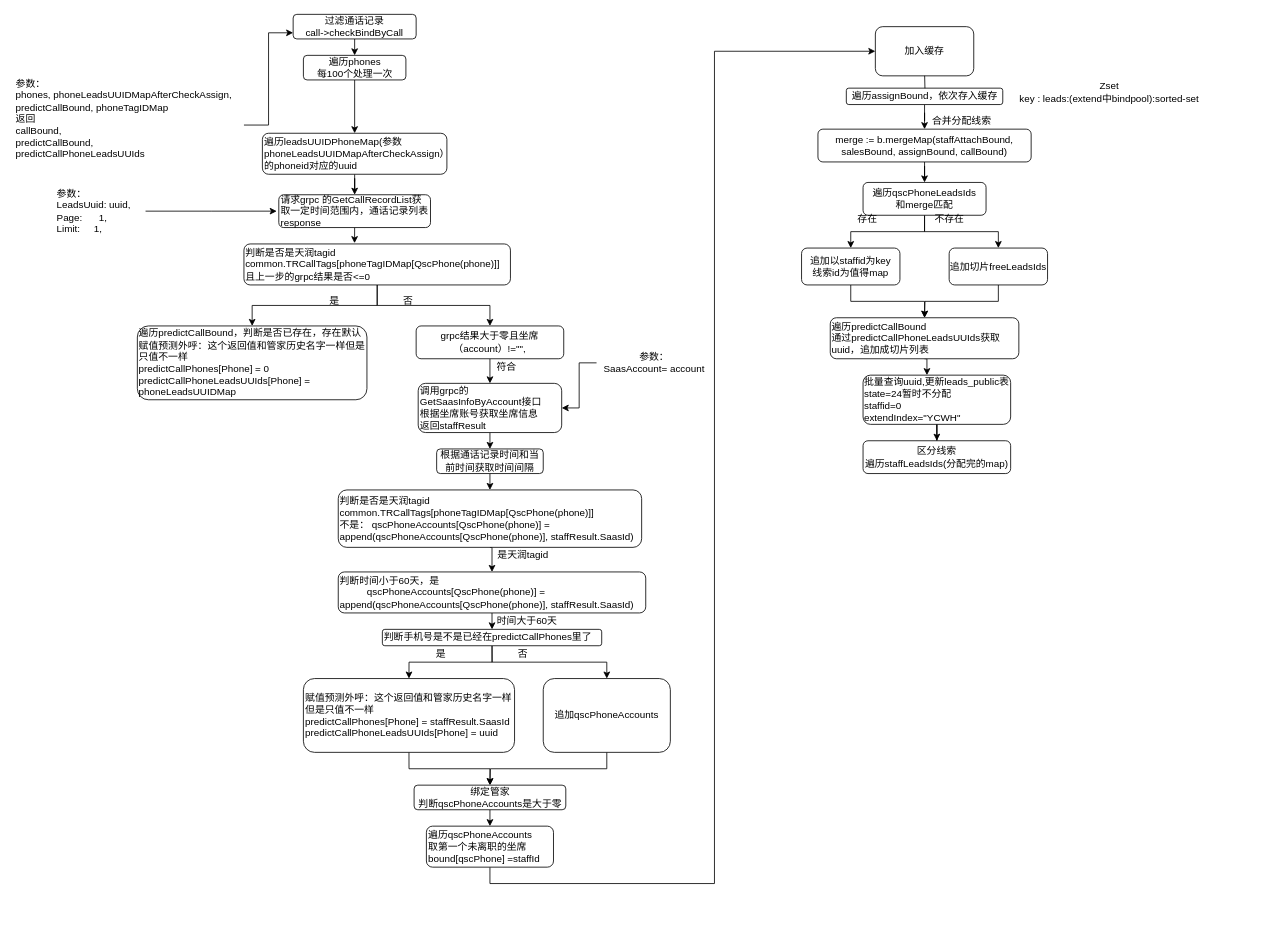
Earlier version of the draw.io diagram 分配大公海小公海到私海1.drawio (jilinhao/test). Source tidied: cells renumbered, new cells numbered last; positions are measured from the earlier drawing's top-left corner, leaving out a move shared by most shapes. Both pictures are drawn from the tidied source at 82%, with x=0, y=0 at pixel (14, 14).
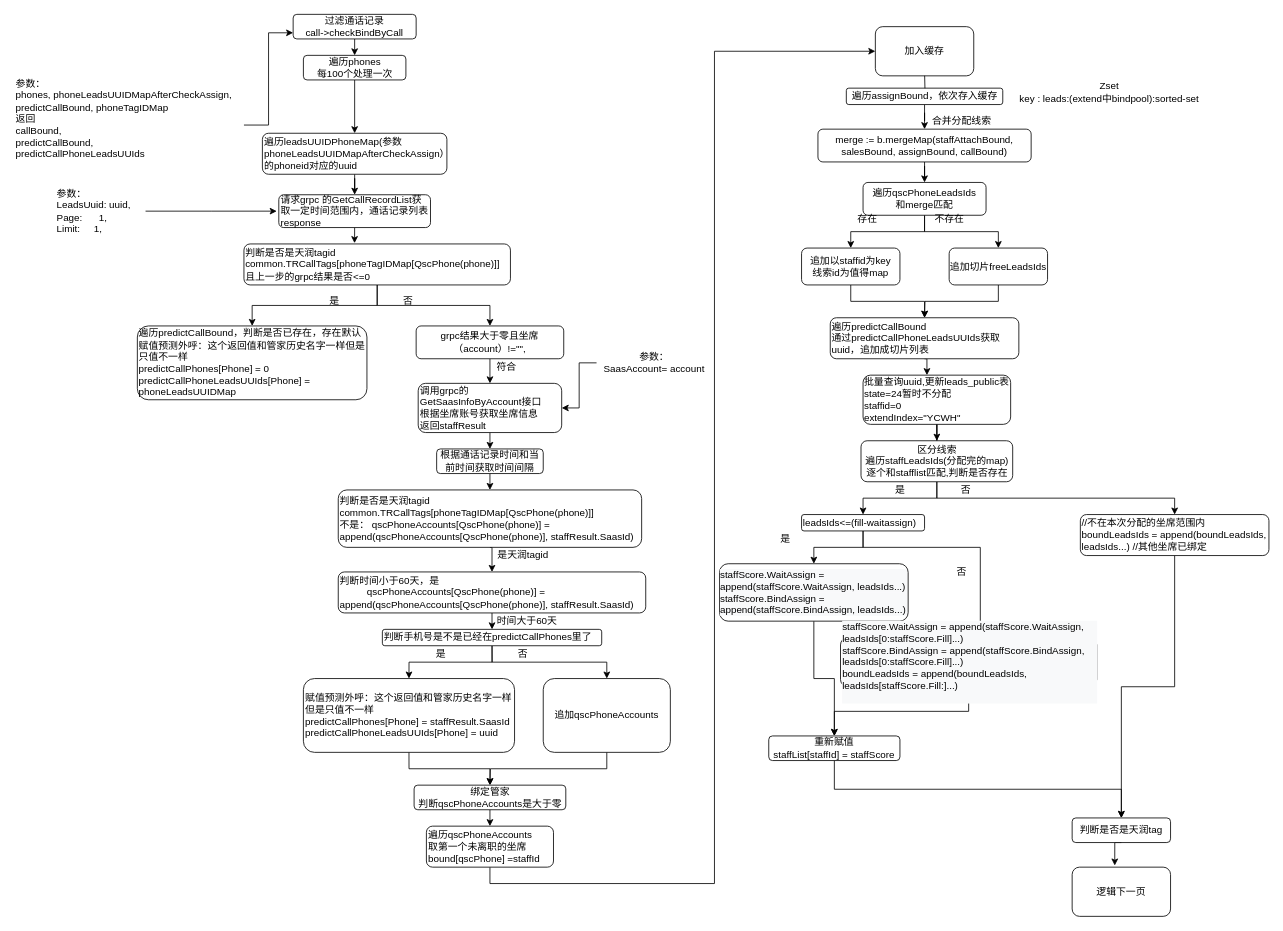
The same diagram, later.

Commit message (it also covers changes not shown here):
Update 分配大公海小公海到私海1.drawio

The edit, as a diff of the source:
```diff
@@
+    <mxCell id="70" style="edgeStyle=orthogonalEdgeStyle;rounded=0;jettySize=auto;html=1;exitX=0.5;exitY=1;exitDx=0;exitDy=0;" parent="1" edge="1" source="69" target="74">
+      <mxGeometry relative="1" as="geometry" />
+    </mxCell>
+    <mxCell id="71" style="edgeStyle=orthogonalEdgeStyle;rounded=0;jettySize=auto;html=1;exitX=0.5;exitY=1;exitDx=0;exitDy=0;" parent="1" edge="1" source="69" target="76">
+      <mxGeometry relative="1" as="geometry" />
+    </mxCell>
-    <mxCell id="69" value="区分线索&lt;br&gt;遍历staffLeadsIds(分配完的map)" style="rounded=1;whiteSpace=wrap;html=1;" parent="1" vertex="1">
-      <mxGeometry x="1035" y="520" width="180" height="40" as="geometry" />
+    <mxCell id="69" value="区分线索&lt;br&gt;遍历staffLeadsIds(分配完的map)&lt;br&gt;逐个和stafflist匹配,判断是否存在" style="rounded=1;whiteSpace=wrap;html=1;" parent="1" vertex="1">
+      <mxGeometry x="1032.5" y="520" width="185" height="50" as="geometry" />
     </mxCell>
+    <mxCell id="72" style="edgeStyle=orthogonalEdgeStyle;rounded=0;jettySize=auto;html=1;exitX=0.5;exitY=1;exitDx=0;exitDy=0;" parent="1" edge="1" source="74" target="80">
+      <mxGeometry relative="1" as="geometry" />
+    </mxCell>
+    <mxCell id="73" style="edgeStyle=orthogonalEdgeStyle;rounded=0;jettySize=auto;html=1;exitX=0.5;exitY=1;exitDx=0;exitDy=0;" parent="1" edge="1" source="74" target="83">
+      <mxGeometry relative="1" as="geometry">
+        <Array as="points">
+          <mxPoint x="1035" y="650" />
+          <mxPoint x="1178" y="650" />
+        </Array>
+      </mxGeometry>
+    </mxCell>
+    <mxCell id="74" value="leadsIds&amp;lt;=(fill-waitassign)" style="rounded=1;whiteSpace=wrap;html=1;align=left;" parent="1" vertex="1">
+      <mxGeometry x="960" y="610" width="150" height="20" as="geometry" />
+    </mxCell>
+    <mxCell id="75" style="edgeStyle=orthogonalEdgeStyle;rounded=0;jettySize=auto;html=1;exitX=0.5;exitY=1;exitDx=0;exitDy=0;" parent="1" edge="1" source="76" target="88">
+      <mxGeometry relative="1" as="geometry" />
+    </mxCell>
+    <mxCell id="76" value="&lt;div&gt;//不在本次分配的坐席范围内&lt;/div&gt;&lt;div&gt;&lt;span&gt;   &lt;/span&gt;boundLeadsIds = append(boundLeadsIds, leadsIds...) //其他坐席已绑定&lt;/div&gt;" style="rounded=1;whiteSpace=wrap;html=1;align=left;" parent="1" vertex="1">
+      <mxGeometry x="1300" y="610" width="230" height="50" as="geometry" />
+    </mxCell>
+    <mxCell id="77" value="是" style="text;html=1;align=center;verticalAlign=middle;" parent="1" vertex="1">
+      <mxGeometry x="1065" y="570" width="30" height="20" as="geometry" />
+    </mxCell>
+    <mxCell id="78" value="否" style="text;html=1;align=center;verticalAlign=middle;" parent="1" vertex="1">
+      <mxGeometry x="1145" y="570" width="30" height="20" as="geometry" />
+    </mxCell>
+    <mxCell id="79" style="edgeStyle=orthogonalEdgeStyle;rounded=0;jettySize=auto;html=1;exitX=0.5;exitY=1;exitDx=0;exitDy=0;entryX=0.5;entryY=0;entryDx=0;entryDy=0;" parent="1" edge="1" source="80" target="86">
+      <mxGeometry relative="1" as="geometry" />
+    </mxCell>
+    <mxCell id="80" value="&lt;div style=&quot;color: rgb(0, 0, 0); font-family: helvetica; font-size: 12px; font-style: normal; font-weight: 400; letter-spacing: normal; text-align: left; text-indent: 0px; text-transform: none; word-spacing: 0px; background-color: rgb(248, 249, 250);&quot;&gt;staffScore.WaitAssign = append(staffScore.WaitAssign, leadsIds...)&lt;/div&gt;&lt;div style=&quot;color: rgb(0, 0, 0); font-family: helvetica; font-size: 12px; font-style: normal; font-weight: 400; letter-spacing: normal; text-align: left; text-indent: 0px; text-transform: none; word-spacing: 0px; background-color: rgb(248, 249, 250);&quot;&gt;&lt;span&gt;&lt;/span&gt;staffScore.BindAssign = append(staffScore.BindAssign, leadsIds...)&lt;/div&gt;" style="rounded=1;whiteSpace=wrap;html=1;" parent="1" vertex="1">
+      <mxGeometry x="860" y="670" width="230" height="70" as="geometry" />
+    </mxCell>
+    <mxCell id="81" value="是" style="text;html=1;align=center;verticalAlign=middle;" parent="1" vertex="1">
+      <mxGeometry x="925" y="630" width="30" height="20" as="geometry" />
+    </mxCell>
+    <mxCell id="82" style="edgeStyle=orthogonalEdgeStyle;rounded=0;jettySize=auto;html=1;entryX=0.5;entryY=0;entryDx=0;entryDy=0;" parent="1" edge="1" source="83" target="86">
+      <mxGeometry relative="1" as="geometry" />
+    </mxCell>
+    <mxCell id="83" value="&lt;div style=&quot;text-indent: 0px ; background-color: rgb(248 , 249 , 250)&quot;&gt;&lt;div&gt;&lt;span style=&quot;font-family: &amp;#34;helvetica&amp;#34;&quot;&gt;staffScore.WaitAssign = append(staffScore.WaitAssign, leadsIds[0:staffScore.Fill]...)&lt;/span&gt;&lt;br&gt;&lt;/div&gt;&lt;div&gt;&lt;font face=&quot;helvetica&quot;&gt;&lt;span&gt;    &lt;/span&gt;staffScore.BindAssign = append(staffScore.BindAssign, leadsIds[0:staffScore.Fill]...)&lt;/font&gt;&lt;/div&gt;&lt;div&gt;&lt;font face=&quot;helvetica&quot;&gt;&lt;div&gt;boundLeadsIds = append(boundLeadsIds, leadsIds[staffScore.Fill:]...)&lt;/div&gt;&lt;div&gt;&lt;br&gt;&lt;/div&gt;&lt;/font&gt;&lt;/div&gt;&lt;/div&gt;" style="rounded=1;whiteSpace=wrap;html=1;align=left;" parent="1" vertex="1">
+      <mxGeometry x="1007.5" y="760" width="312.5" height="60" as="geometry" />
+    </mxCell>
+    <mxCell id="84" value="否" style="text;html=1;align=center;verticalAlign=middle;" parent="1" vertex="1">
+      <mxGeometry x="1140" y="670" width="30" height="20" as="geometry" />
+    </mxCell>
+    <mxCell id="85" style="edgeStyle=orthogonalEdgeStyle;rounded=0;jettySize=auto;html=1;exitX=0.5;exitY=1;exitDx=0;exitDy=0;" parent="1" edge="1" source="86" target="88">
+      <mxGeometry relative="1" as="geometry" />
+    </mxCell>
+    <mxCell id="86" value="&lt;div&gt;重新赋值&lt;/div&gt;&lt;div&gt;staffList[staffId] = staffScore&lt;/div&gt;" style="rounded=1;whiteSpace=wrap;html=1;" parent="1" vertex="1">
+      <mxGeometry x="920" y="880" width="160" height="30" as="geometry" />
+    </mxCell>
+    <mxCell id="87" style="edgeStyle=orthogonalEdgeStyle;rounded=0;jettySize=auto;html=1;exitX=0.5;exitY=1;exitDx=0;exitDy=0;entryX=0.433;entryY=-0.033;entryDx=0;entryDy=0;entryPerimeter=0;" parent="1" edge="1" source="88" target="89">
+      <mxGeometry relative="1" as="geometry" />
+    </mxCell>
+    <mxCell id="88" value="判断是否是天润tag" style="rounded=1;whiteSpace=wrap;html=1;" parent="1" vertex="1">
+      <mxGeometry x="1290" y="980" width="120" height="30" as="geometry" />
+    </mxCell>
+    <mxCell id="89" value="逻辑下一页" style="rounded=1;whiteSpace=wrap;html=1;" parent="1" vertex="1">
+      <mxGeometry x="1290" y="1040" width="120" height="60" as="geometry" />
+    </mxCell>
```
